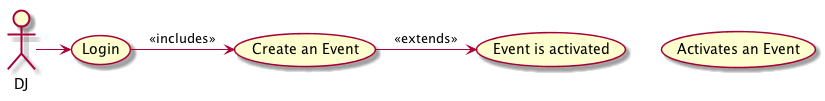
Above: docs/UseCases/ActivateEvent/ActivateEvent.png in jakeharding/jukebox-dj (PlantUML), before the change.
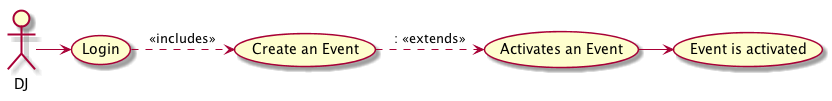
After the change.

Commit message:
Activate Event Use case fix and Validate song use case.

The edit, as a diff of the source:
```diff
@@ -7,8 +7,9 @@
 
 DJ -> L
 
-L -> E: <<includes>>
+L .> E: <<includes>>
+E .> A: : <<extends>>
+A -> EVENT
 
-E -> EVENT: <<extends>>
 
 @enduml
```
